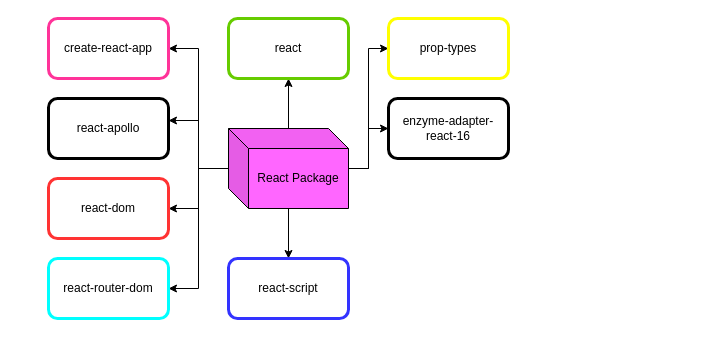
The draw.io diagram My Articles/react/React Packages.drawio in anbarasan-raji/books, before the edit. Source tidied: cells renumbered, new cells numbered last; positions are measured from the earlier drawing's top-left corner, leaving out a move shared by most shapes. Both pictures are drawn from the tidied source at 100%, with x=0, y=0 at pixel (48, 18).
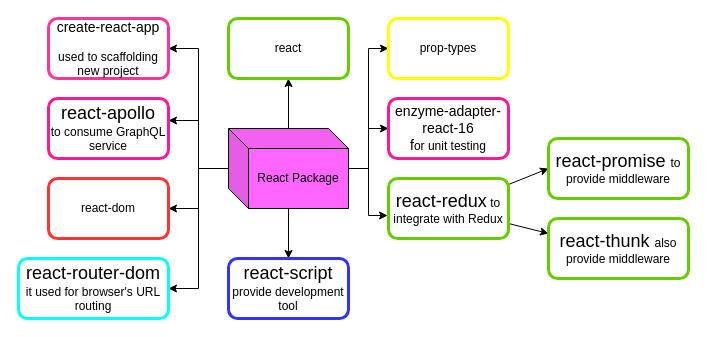
The same diagram, later.

Unchanged cells that the change refers to:
```xml
<mxCell id="10" value="React Package" style="shape=cube;whiteSpace=wrap;html=1;boundedLbl=1;backgroundOutline=1;darkOpacity=0.05;darkOpacity2=0.1;fillColor=#FF66FF;" parent="1" vertex="1">
  <mxGeometry x="180" y="110" width="120" height="80" as="geometry" />
</mxCell>
```

What changed in the source:
```diff
@@
+    <mxCell id="19" style="edgeStyle=orthogonalEdgeStyle;rounded=0;jettySize=auto;html=1;entryX=-0.008;entryY=0.617;entryDx=0;entryDy=0;entryPerimeter=0;" parent="1" edge="1" source="10" target="22">
+      <mxGeometry relative="1" as="geometry" />
+    </mxCell>
@@
-    <mxCell id="11" value="create-react-app" style="rounded=1;whiteSpace=wrap;html=1;strokeWidth=3;strokeColor=#FF3399;" parent="1" vertex="1">
+    <mxCell id="11" value="&lt;font style=&quot;font-size: 14px&quot;&gt;create-react-app&lt;br&gt;&lt;/font&gt;&lt;br&gt;used to scaffolding new project" style="rounded=1;whiteSpace=wrap;html=1;strokeWidth=3;strokeColor=#FF3399;" parent="1" vertex="1">
       <mxGeometry width="120" height="60" as="geometry" />
     </mxCell>
-    <mxCell id="12" value="react-router-dom" style="rounded=1;whiteSpace=wrap;html=1;strokeWidth=3;fillColor=#ffffff;strokeColor=#00FFFF;" parent="1" vertex="1">
-      <mxGeometry y="240" width="120" height="60" as="geometry" />
+    <mxCell id="12" value="&lt;font style=&quot;font-size: 18px&quot;&gt;react-router-dom&lt;/font&gt;&lt;br&gt;it used for browser's URL routing" style="rounded=1;whiteSpace=wrap;html=1;strokeWidth=3;fillColor=#ffffff;strokeColor=#00FFFF;" parent="1" vertex="1">
+      <mxGeometry x="-30" y="240" width="150" height="60" as="geometry" />
     </mxCell>
@@
-    <mxCell id="14" value="react-apollo" style="rounded=1;whiteSpace=wrap;html=1;strokeWidth=3;" parent="1" vertex="1">
+    <mxCell id="14" value="&lt;font&gt;&lt;span style=&quot;font-size: 18px&quot;&gt;react-apollo&lt;/span&gt;&lt;br&gt;&lt;font style=&quot;font-size: 12px&quot;&gt;to consume GraphQL service&lt;/font&gt;&lt;br&gt;&lt;/font&gt;" style="rounded=1;whiteSpace=wrap;html=1;strokeWidth=3;strokeColor=#FF1793;" parent="1" vertex="1">
       <mxGeometry y="80" width="120" height="60" as="geometry" />
     </mxCell>
-    <mxCell id="15" value="react-script" style="rounded=1;whiteSpace=wrap;html=1;strokeWidth=3;strokeColor=#3333FF;" parent="1" vertex="1">
+    <mxCell id="15" value="&lt;font style=&quot;font-size: 18px&quot;&gt;react-script&lt;/font&gt;&lt;br&gt;provide development tool" style="rounded=1;whiteSpace=wrap;html=1;strokeWidth=3;strokeColor=#3333FF;" parent="1" vertex="1">
       <mxGeometry x="180" y="240" width="120" height="60" as="geometry" />
     </mxCell>
@@
-    <mxCell id="18" value="enzyme-adapter-react-16" style="rounded=1;whiteSpace=wrap;html=1;strokeWidth=3;" parent="1" vertex="1">
+    <mxCell id="18" value="&lt;font style=&quot;font-size: 14px&quot;&gt;enzyme-adapter-react-16&lt;br&gt;f&lt;/font&gt;&lt;font&gt;&lt;font style=&quot;font-size: 12px&quot;&gt;or unit testing&lt;/font&gt;&lt;br&gt;&lt;/font&gt;" style="rounded=1;whiteSpace=wrap;html=1;strokeWidth=3;strokeColor=#FF1793;" parent="1" vertex="1">
       <mxGeometry x="340" y="80" width="120" height="60" as="geometry" />
     </mxCell>
+    <mxCell id="20" style="edgeStyle=none;rounded=0;jettySize=auto;html=1;entryX=0;entryY=0.5;entryDx=0;entryDy=0;" parent="1" edge="1" source="22" target="24">
+      <mxGeometry relative="1" as="geometry" />
+    </mxCell>
+    <mxCell id="21" style="edgeStyle=none;rounded=0;jettySize=auto;html=1;entryX=0;entryY=0.25;entryDx=0;entryDy=0;" parent="1" edge="1" source="22" target="23">
+      <mxGeometry relative="1" as="geometry" />
+    </mxCell>
+    <mxCell id="22" value="&lt;font style=&quot;font-size: 18px&quot;&gt;react-redux&lt;/font&gt; to integrate with Redux" style="rounded=1;whiteSpace=wrap;html=1;strokeWidth=3;strokeColor=#66CC00;" parent="1" vertex="1">
+      <mxGeometry x="340" y="160" width="120" height="60" as="geometry" />
+    </mxCell>
+    <mxCell id="23" value="&lt;font style=&quot;font-size: 18px&quot;&gt;react-thunk&amp;nbsp;&lt;/font&gt;also provide middleware" style="rounded=1;whiteSpace=wrap;html=1;strokeWidth=3;strokeColor=#66CC00;" parent="1" vertex="1">
+      <mxGeometry x="500" y="200" width="140" height="60" as="geometry" />
+    </mxCell>
+    <mxCell id="24" value="&lt;font style=&quot;font-size: 18px&quot;&gt;react-promise&amp;nbsp;&lt;/font&gt;to provide middleware" style="rounded=1;whiteSpace=wrap;html=1;strokeWidth=3;strokeColor=#66CC00;" parent="1" vertex="1">
+      <mxGeometry x="500" y="120" width="140" height="60" as="geometry" />
+    </mxCell>
```
